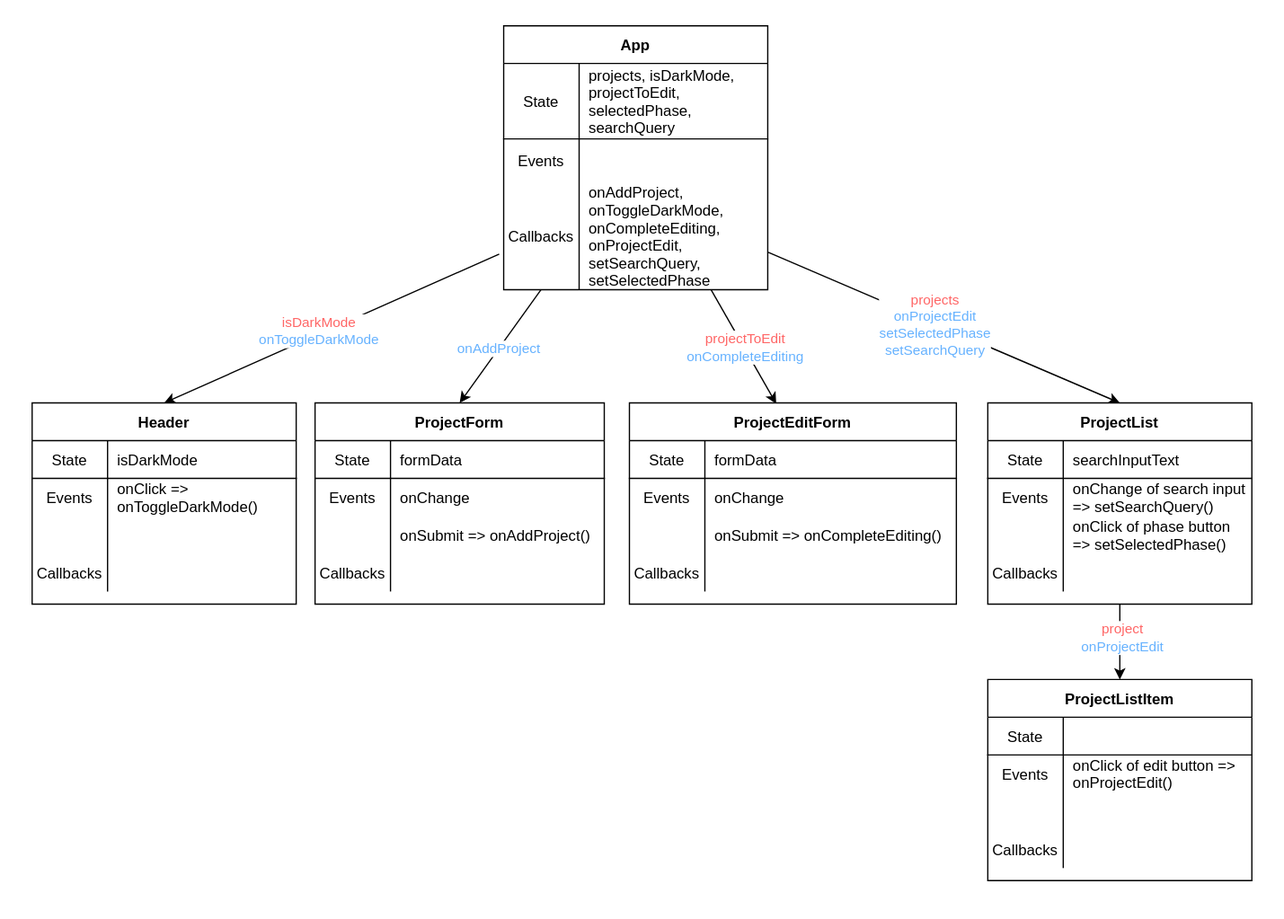
Before: 06_PATCH_DELETE/assets/component-hierarchy-with-data-flow.drawio.svg, a diagram exported from draw.io (learn-co-students/SENG-LIVE-062722-Phase-2). Source tidied: cells renumbered, new cells last; positions are measured from the earlier drawing's top-left corner, leaving out a move shared by most shapes.
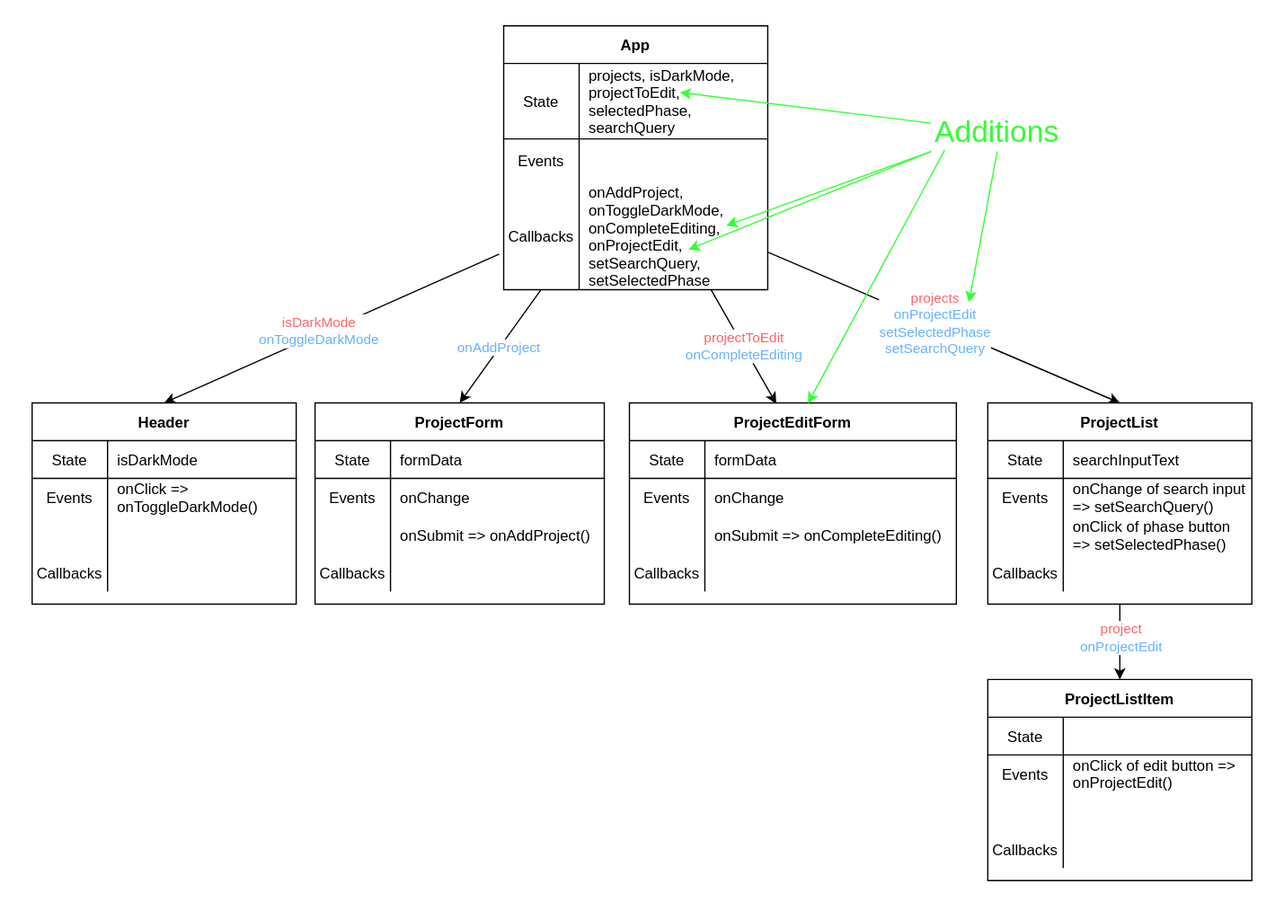
After the commit.

Commit message:
update component diagram with changes for lesson

Change to the diagram source:
```diff
@@ -265,5 +265,31 @@
     <mxCell id="88" style="shape=partialRectangle;fillColor=none;top=0;left=0;bottom=0;right=0;align=left;spacingLeft=6;overflow=hidden;" parent="86" vertex="1">
       <mxGeometry x="60" width="200" height="30" as="geometry" />
     </mxCell>
+    <mxCell id="89" value="&lt;font style=&quot;font-size: 24px;&quot;&gt;Additions&lt;/font&gt;" style="text;html=1;strokeColor=none;fillColor=none;align=center;verticalAlign=middle;whiteSpace=wrap;rounded=0;fontColor=#33FF33;fontSize=24;" parent="1" vertex="1">
+      <mxGeometry x="740" y="90" width="105" height="30" as="geometry" />
+    </mxCell>
+    <mxCell id="90" style="endArrow=classic;html=1;fontSize=17;fontColor=#33FF33;exitX=0;exitY=0.25;exitDx=0;exitDy=0;strokeColor=#33FF33;" parent="1" edge="1" source="89">
+      <mxGeometry relative="1" as="geometry">
+        <mxPoint x="540" y="73" as="targetPoint" />
+      </mxGeometry>
+    </mxCell>
+    <mxCell id="91" style="endArrow=classic;html=1;fontSize=17;fontColor=#33FF33;strokeColor=#33FF33;exitX=0;exitY=1;exitDx=0;exitDy=0;" parent="1" edge="1" source="89">
+      <mxGeometry relative="1" as="geometry">
+        <mxPoint x="577" y="179" as="targetPoint" />
+      </mxGeometry>
+    </mxCell>
+    <mxCell id="92" style="endArrow=classic;html=1;fontSize=17;fontColor=#33FF33;strokeColor=#33FF33;exitX=0;exitY=1;exitDx=0;exitDy=0;" parent="1" edge="1" source="89">
+      <mxGeometry relative="1" as="geometry">
+        <mxPoint x="547" y="198" as="targetPoint" />
+      </mxGeometry>
+    </mxCell>
+    <mxCell id="93" style="endArrow=classic;html=1;fontSize=24;fontColor=#33FF33;strokeColor=#33FF33;exitX=0.102;exitY=0.964;exitDx=0;exitDy=0;exitPerimeter=0;entryX=0.546;entryY=0.002;entryDx=0;entryDy=0;entryPerimeter=0;" parent="1" edge="1" source="89" target="76">
+      <mxGeometry relative="1" as="geometry" />
+    </mxCell>
+    <mxCell id="94" style="endArrow=classic;html=1;fontSize=24;fontColor=#33FF33;strokeColor=#33FF33;exitX=0.5;exitY=1;exitDx=0;exitDy=0;" parent="1" edge="1" source="89">
+      <mxGeometry relative="1" as="geometry">
+        <mxPoint x="770" y="240" as="targetPoint" />
+      </mxGeometry>
+    </mxCell>
   </root>
 </mxGraphModel>
```
